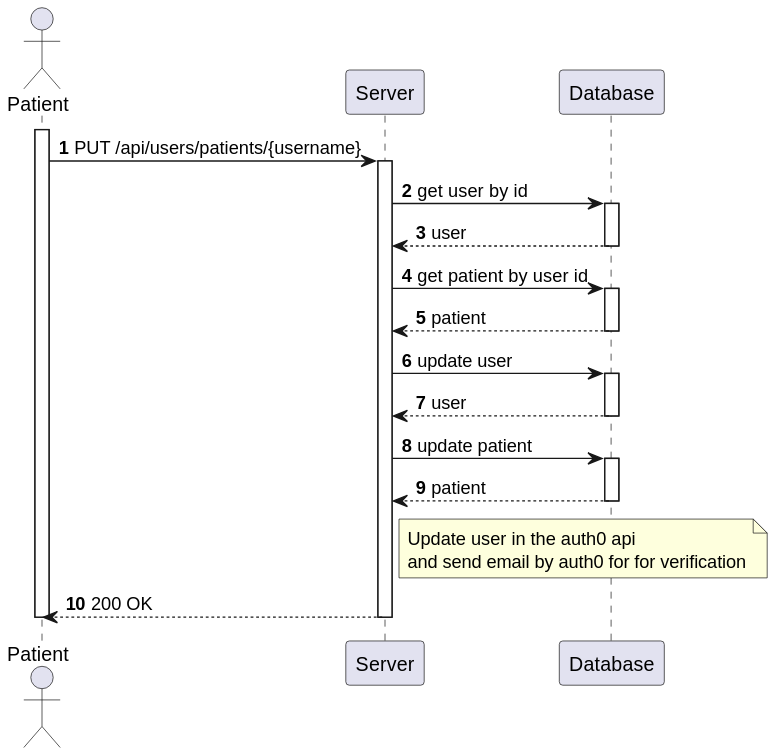
Above: docs/sprint-a/us-5.1.4/views/level3/process-view.svg in 1220846/sem5pi-24-25-3ddg20 (PlantUML), before the change. The source it was exported from:
```plantuml
@startuml
autonumber

actor "Patient" as Patient
participant "Server" as Server
participant "Database" as Database

activate Patient

    Patient-> Server : PUT /api/users/patients/{username}

    activate Server

        Server -> Database : get user by id

        activate Database

            Database --> Server : user

        deactivate Database

        Server -> Database : get patient by user id

        activate Database

            Database --> Server : patient

        deactivate Database

        Server -> Database : update user

        activate Database

            Database --> Server : user

        deactivate Database

        Server -> Database : update patient

        activate Database

            Database --> Server : patient

        deactivate Database

        Note  right of Server: Update user in the auth0 api \nand send email by auth0 for for verification

        Patient <-- Server : 200 OK

    deactivate Server
deactivate Patient
@enduml
```
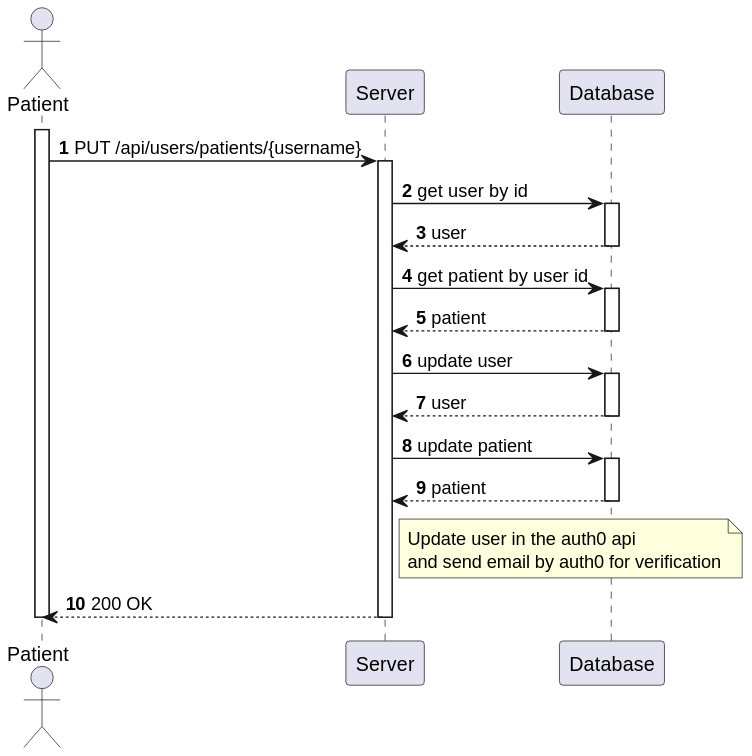
Above is the later version.

Diff of the diagram source:
```diff
@@ -43,7 +43,7 @@
 
         deactivate Database
 
-        Note  right of Server: Update user in the auth0 api \nand send email by auth0 for for verification
+        Note  right of Server: Update user in the auth0 api \nand send email by auth0 for verification
 
         Patient <-- Server : 200 OK
 
```
